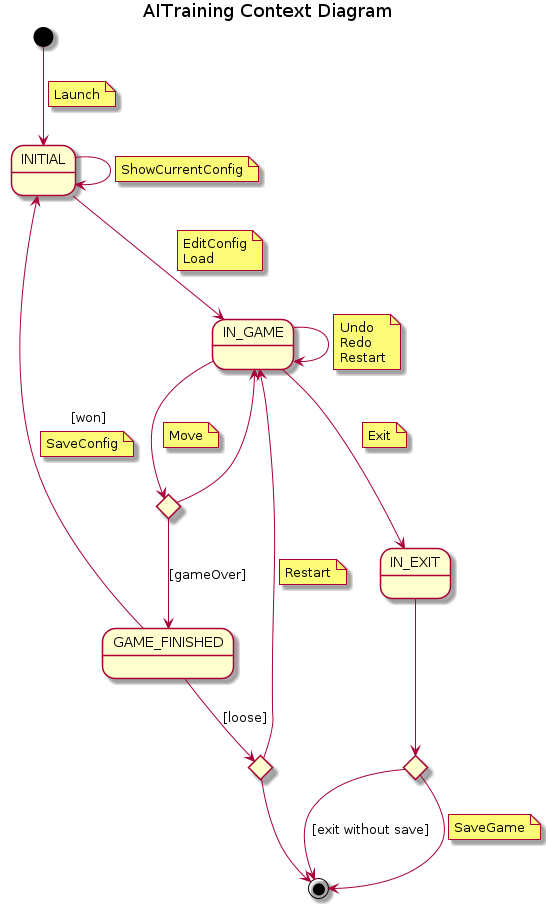
This is docs/output/use-cases/context/AITrainingContextDiagram.png from Master-Desarrollo-20-21/patrones-diseno---practica-final---juego-de-las-damas-fraylopez, a PlantUML export, as it was before one commit.
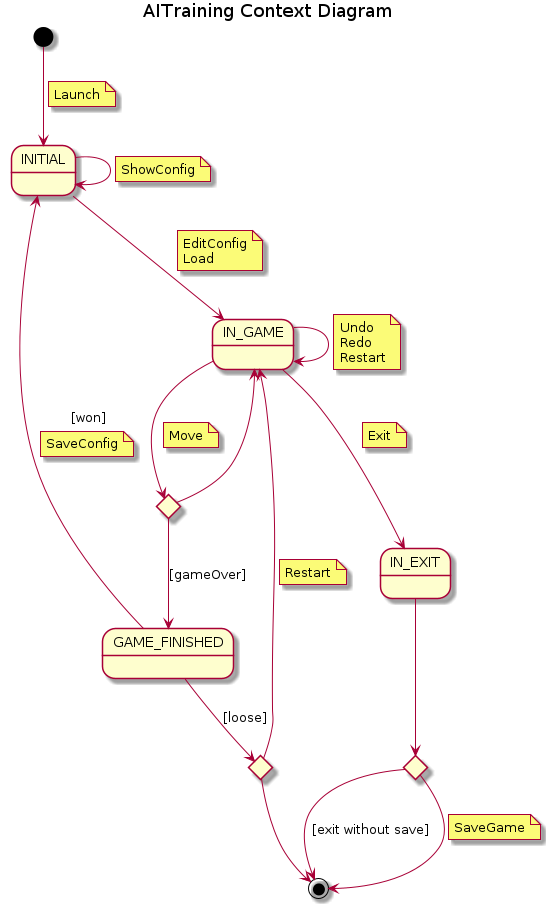
Later version of the same file.

The edit, as a diff of the source:
```diff
@@ -14,7 +14,7 @@
 
 INITIAL --> INITIAL
     note on link
-        ShowCurrentConfig
+        ShowConfig
     end note
 
 INITIAL --> IN_GAME
```
